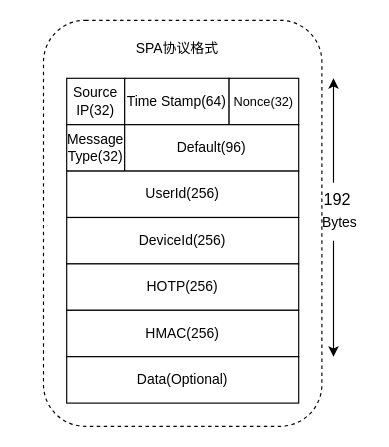
Above: testDirectory/SPA数据包格式.drawio in Moose1273/- (draw.io), before the change. Source tidied: cells renumbered, new cells numbered last; positions are measured from the earlier drawing's top-left corner, leaving out a move shared by most shapes. Both pictures are drawn from the tidied source at 116%, with x=0, y=0 at pixel (43, 20).
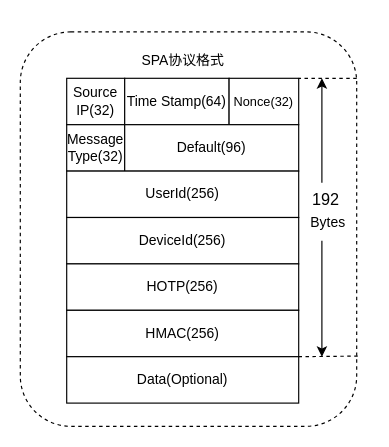
After the change.

Commit message:
更新SPA数据包格式.drawio

Unchanged cells that the change refers to:
```xml
<mxCell id="5" value="&lt;font style=&quot;font-size: 11px;&quot;&gt;Nonce(32)&lt;/font&gt;" style="rounded=0;whiteSpace=wrap;html=1;" parent="1" vertex="1">
  <mxGeometry x="160" y="50" width="60" height="40" as="geometry" />
</mxCell>
```

Diff of the diagram source:
```diff
@@
     <mxCell id="2" style="rounded=1;whiteSpace=wrap;html=1;dashed=1;" parent="1" vertex="1">
-      <mxGeometry width="240" height="350" as="geometry" />
+      <mxGeometry x="-20" y="10" width="290" height="340" as="geometry" />
     </mxCell>
@@
     <mxCell id="13" style="endArrow=classic;html=1;rounded=0;" parent="1" edge="1">
       <mxGeometry relative="1" as="geometry">
-        <mxPoint x="250" y="140" as="sourcePoint" />
-        <mxPoint x="250" y="50" as="targetPoint" />
+        <mxPoint x="240" y="140" as="sourcePoint" />
+        <mxPoint x="240" y="50" as="targetPoint" />
       </mxGeometry>
     </mxCell>
     <mxCell id="14" value="&lt;font style=&quot;font-size: 14px;&quot;&gt;192&amp;nbsp;&lt;/font&gt;" style="text;html=1;align=center;verticalAlign=middle;strokeColor=none;fillColor=none;" parent="1" vertex="1">
-      <mxGeometry x="230" y="140" width="50" height="30" as="geometry" />
+      <mxGeometry x="220" y="140" width="50" height="30" as="geometry" />
     </mxCell>
     <mxCell id="15" style="endArrow=classic;html=1;rounded=0;" parent="1" edge="1">
       <mxGeometry relative="1" as="geometry">
-        <mxPoint x="250" y="190" as="sourcePoint" />
-        <mxPoint x="250" y="290" as="targetPoint" />
+        <mxPoint x="240" y="190" as="sourcePoint" />
+        <mxPoint x="240" y="290" as="targetPoint" />
       </mxGeometry>
     </mxCell>
     <mxCell id="16" value="SPA协议格式" style="text;html=1;align=center;verticalAlign=middle;strokeColor=none;fillColor=none;" parent="1" vertex="1">
-      <mxGeometry x="70" y="10" width="90" height="30" as="geometry" />
+      <mxGeometry x="75" y="20" width="90" height="30" as="geometry" />
     </mxCell>
     <mxCell id="17" value="Bytes" style="text;html=1;align=center;verticalAlign=middle;strokeColor=none;fillColor=none;" parent="1" vertex="1">
-      <mxGeometry x="230" y="160" width="50" height="30" as="geometry" />
+      <mxGeometry x="220" y="160" width="50" height="30" as="geometry" />
     </mxCell>
+    <mxCell id="18" style="endArrow=none;html=1;rounded=0;entryX=1;entryY=0;entryDx=0;entryDy=0;dashed=1;" parent="1" edge="1" target="5">
+      <mxGeometry relative="1" as="geometry">
+        <mxPoint x="270" y="50" as="sourcePoint" />
+      </mxGeometry>
+    </mxCell>
+    <mxCell id="19" style="endArrow=none;html=1;rounded=0;entryX=1;entryY=0;entryDx=0;entryDy=0;dashed=1;exitX=1.003;exitY=0.822;exitDx=0;exitDy=0;exitPerimeter=0;" parent="1" edge="1" source="2">
+      <mxGeometry relative="1" as="geometry">
+        <mxPoint x="220" y="290" as="targetPoint" />
+      </mxGeometry>
+    </mxCell>
```
